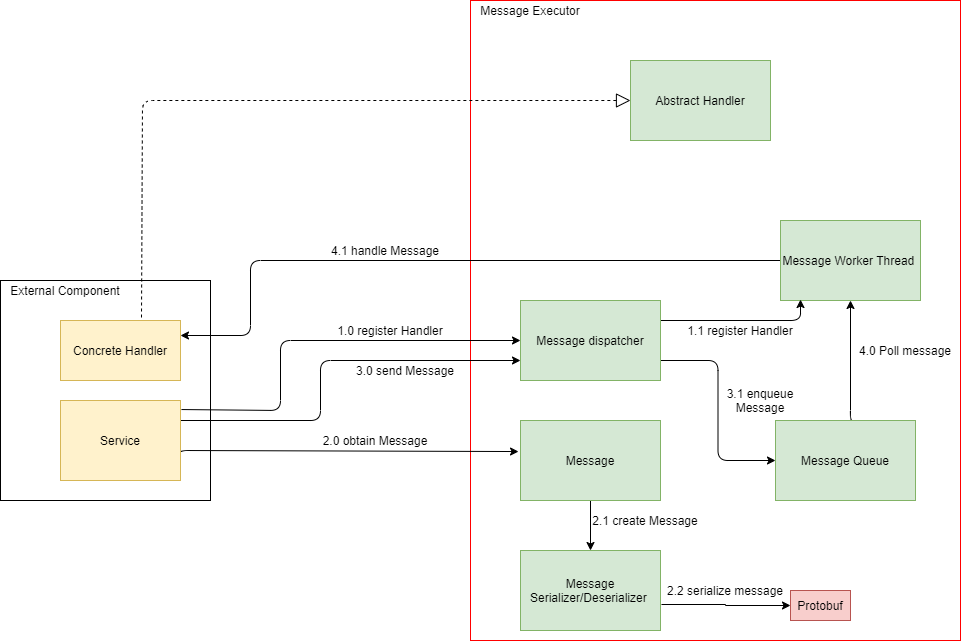
Above: doc/SA cert/Design/figures/executor/executor-message_executor_dynamic.png in taikt/codefun (draw.io), before the change. Source tidied: cells renumbered, new cells last; positions are measured from the earlier drawing's top-left corner, leaving out a move shared by most shapes. Its diagram source:
```xml
<mxGraphModel>
  <root>
    <mxCell id="0" />
    <mxCell id="1" parent="0" />
    <mxCell id="2" style="rounded=0;whiteSpace=wrap;html=1;strokeColor=#FF0000;fillColor=none;" parent="1" vertex="1">
      <mxGeometry x="470" width="490" height="640" as="geometry" />
    </mxCell>
    <mxCell id="3" style="edgeStyle=orthogonalEdgeStyle;rounded=0;jettySize=auto;html=1;exitX=1.007;exitY=0.675;exitDx=0;exitDy=0;entryX=0;entryY=0.5;entryDx=0;entryDy=0;exitPerimeter=0;" parent="1" edge="1" source="4" target="12">
      <mxGeometry relative="1" as="geometry" />
    </mxCell>
    <mxCell id="4" value="Message Serializer/Deserializer&amp;nbsp;" style="rounded=0;whiteSpace=wrap;html=1;strokeColor=#82b366;fillColor=#d5e8d4;" parent="1" vertex="1">
      <mxGeometry x="520" y="550" width="140" height="80" as="geometry" />
    </mxCell>
    <mxCell id="5" style="edgeStyle=orthogonalEdgeStyle;rounded=1;jettySize=auto;html=1;exitX=0.557;exitY=0;exitDx=0;exitDy=0;entryX=0.5;entryY=1;entryDx=0;entryDy=0;exitPerimeter=0;" parent="1" edge="1" source="6" target="8">
      <mxGeometry relative="1" as="geometry">
        <Array as="points">
          <mxPoint x="850" y="420" />
        </Array>
      </mxGeometry>
    </mxCell>
    <mxCell id="6" value="Message Queue" style="rounded=0;whiteSpace=wrap;html=1;strokeColor=#82b366;fillColor=#d5e8d4;" parent="1" vertex="1">
      <mxGeometry x="775" y="420" width="140" height="80" as="geometry" />
    </mxCell>
    <mxCell id="7" style="edgeStyle=orthogonalEdgeStyle;rounded=1;jettySize=auto;html=1;exitX=0;exitY=0.5;exitDx=0;exitDy=0;entryX=1;entryY=0.25;entryDx=0;entryDy=0;" parent="1" edge="1" source="8" target="18">
      <mxGeometry relative="1" as="geometry">
        <Array as="points">
          <mxPoint x="250" y="260" />
          <mxPoint x="250" y="335" />
        </Array>
      </mxGeometry>
    </mxCell>
    <mxCell id="8" value="Message Worker Thread&amp;nbsp;" style="rounded=0;whiteSpace=wrap;html=1;strokeColor=#82b366;fillColor=#d5e8d4;" parent="1" vertex="1">
      <mxGeometry x="780" y="220" width="140" height="80" as="geometry" />
    </mxCell>
    <mxCell id="9" style="edgeStyle=orthogonalEdgeStyle;rounded=1;jettySize=auto;html=1;exitX=1;exitY=0.75;exitDx=0;exitDy=0;entryX=0;entryY=0.5;entryDx=0;entryDy=0;" parent="1" edge="1" source="11" target="6">
      <mxGeometry relative="1" as="geometry" />
    </mxCell>
    <mxCell id="10" style="edgeStyle=orthogonalEdgeStyle;rounded=1;jettySize=auto;html=1;exitX=1;exitY=0.25;exitDx=0;exitDy=0;entryX=0.143;entryY=0.988;entryDx=0;entryDy=0;entryPerimeter=0;" parent="1" edge="1" source="11" target="8">
      <mxGeometry relative="1" as="geometry" />
    </mxCell>
    <mxCell id="11" value="Message dispatcher" style="rounded=0;whiteSpace=wrap;html=1;strokeColor=#82b366;fillColor=#d5e8d4;" parent="1" vertex="1">
      <mxGeometry x="520" y="300" width="140" height="80" as="geometry" />
    </mxCell>
    <mxCell id="12" value="Protobuf" style="rounded=0;whiteSpace=wrap;html=1;strokeColor=#b85450;fillColor=#f8cecc;" parent="1" vertex="1">
      <mxGeometry x="790" y="590" width="60" height="30" as="geometry" />
    </mxCell>
    <mxCell id="13" value="Abstract Handler" style="rounded=0;whiteSpace=wrap;html=1;strokeColor=#82b366;fillColor=#d5e8d4;" parent="1" vertex="1">
      <mxGeometry x="630" y="60" width="140" height="80" as="geometry" />
    </mxCell>
    <mxCell id="14" style="edgeStyle=orthogonalEdgeStyle;rounded=1;jettySize=auto;html=1;exitX=0.5;exitY=1;exitDx=0;exitDy=0;entryX=0.5;entryY=0;entryDx=0;entryDy=0;" parent="1" edge="1" source="15" target="4">
      <mxGeometry relative="1" as="geometry" />
    </mxCell>
    <mxCell id="15" value="Message" style="rounded=0;whiteSpace=wrap;html=1;strokeColor=#82b366;fillColor=#d5e8d4;" parent="1" vertex="1">
      <mxGeometry x="520" y="420" width="140" height="80" as="geometry" />
    </mxCell>
    <mxCell id="16" style="endArrow=block;dashed=1;endFill=0;endSize=12;html=1;exitX=0.675;exitY=-0.05;exitDx=0;exitDy=0;entryX=0;entryY=0.5;entryDx=0;entryDy=0;exitPerimeter=0;" parent="1" edge="1" source="18" target="13">
      <mxGeometry relative="1" as="geometry">
        <Array as="points">
          <mxPoint x="142" y="100" />
        </Array>
      </mxGeometry>
    </mxCell>
    <mxCell id="17" style="rounded=0;whiteSpace=wrap;html=1;fillColor=none;" parent="1" vertex="1">
      <mxGeometry y="280" width="210" height="220" as="geometry" />
    </mxCell>
    <mxCell id="18" value="Concrete Handler" style="rounded=0;whiteSpace=wrap;html=1;strokeColor=#d6b656;fillColor=#fff2cc;" parent="1" vertex="1">
      <mxGeometry x="60" y="320" width="120" height="60" as="geometry" />
    </mxCell>
    <mxCell id="19" style="edgeStyle=orthogonalEdgeStyle;rounded=1;jettySize=auto;html=1;exitX=1;exitY=0.675;exitDx=0;exitDy=0;entryX=-0.014;entryY=0.388;entryDx=0;entryDy=0;entryPerimeter=0;exitPerimeter=0;" parent="1" edge="1" source="22" target="15">
      <mxGeometry relative="1" as="geometry">
        <Array as="points">
          <mxPoint x="180" y="450" />
        </Array>
      </mxGeometry>
    </mxCell>
    <mxCell id="20" style="edgeStyle=orthogonalEdgeStyle;rounded=1;jettySize=auto;html=1;exitX=1.008;exitY=0.113;exitDx=0;exitDy=0;entryX=0;entryY=0.5;entryDx=0;entryDy=0;exitPerimeter=0;" parent="1" edge="1" source="22" target="11">
      <mxGeometry relative="1" as="geometry">
        <Array as="points">
          <mxPoint x="280" y="410" />
          <mxPoint x="280" y="340" />
        </Array>
      </mxGeometry>
    </mxCell>
    <mxCell id="21" style="edgeStyle=orthogonalEdgeStyle;rounded=1;jettySize=auto;html=1;exitX=1;exitY=0.25;exitDx=0;exitDy=0;entryX=0;entryY=0.75;entryDx=0;entryDy=0;" parent="1" edge="1" source="22" target="11">
      <mxGeometry relative="1" as="geometry">
        <Array as="points">
          <mxPoint x="320" y="420" />
          <mxPoint x="320" y="360" />
        </Array>
      </mxGeometry>
    </mxCell>
    <mxCell id="22" value="Service" style="rounded=0;whiteSpace=wrap;html=1;strokeColor=#d6b656;fillColor=#fff2cc;" parent="1" vertex="1">
      <mxGeometry x="60" y="400" width="120" height="80" as="geometry" />
    </mxCell>
    <mxCell id="23" value="External Component" style="text;html=1;strokeColor=none;fillColor=none;align=center;verticalAlign=middle;whiteSpace=wrap;rounded=0;" parent="1" vertex="1">
      <mxGeometry y="280" width="130" height="20" as="geometry" />
    </mxCell>
    <mxCell id="24" value="2.0 obtain Message" style="text;html=1;strokeColor=none;fillColor=none;align=center;verticalAlign=middle;whiteSpace=wrap;rounded=0;" parent="1" vertex="1">
      <mxGeometry x="310" y="430" width="130" height="20" as="geometry" />
    </mxCell>
    <mxCell id="25" value="1.0 register Handler" style="text;html=1;strokeColor=none;fillColor=none;align=center;verticalAlign=middle;whiteSpace=wrap;rounded=0;" parent="1" vertex="1">
      <mxGeometry x="330" y="320" width="120" height="20" as="geometry" />
    </mxCell>
    <mxCell id="26" value="Message Executor" style="text;html=1;strokeColor=none;fillColor=none;align=center;verticalAlign=middle;whiteSpace=wrap;rounded=0;" parent="1" vertex="1">
      <mxGeometry x="470" width="120" height="20" as="geometry" />
    </mxCell>
    <mxCell id="27" value="3.0 send Message" style="text;html=1;strokeColor=none;fillColor=none;align=center;verticalAlign=middle;whiteSpace=wrap;rounded=0;" parent="1" vertex="1">
      <mxGeometry x="350" y="360" width="110" height="20" as="geometry" />
    </mxCell>
    <mxCell id="28" value="2.1 create Message" style="text;html=1;strokeColor=none;fillColor=none;align=center;verticalAlign=middle;whiteSpace=wrap;rounded=0;" parent="1" vertex="1">
      <mxGeometry x="580" y="510" width="130" height="20" as="geometry" />
    </mxCell>
    <mxCell id="29" value="1.1 register Handler" style="text;html=1;strokeColor=none;fillColor=none;align=center;verticalAlign=middle;whiteSpace=wrap;rounded=0;" parent="1" vertex="1">
      <mxGeometry x="680" y="320" width="120" height="20" as="geometry" />
    </mxCell>
    <mxCell id="30" value="3.1 enqueue Message" style="text;html=1;strokeColor=none;fillColor=none;align=center;verticalAlign=middle;whiteSpace=wrap;rounded=0;" parent="1" vertex="1">
      <mxGeometry x="705" y="390" width="110" height="20" as="geometry" />
    </mxCell>
    <mxCell id="31" value="4.0 Poll message" style="text;html=1;strokeColor=none;fillColor=none;align=center;verticalAlign=middle;whiteSpace=wrap;rounded=0;" parent="1" vertex="1">
      <mxGeometry x="850" y="340" width="110" height="20" as="geometry" />
    </mxCell>
    <mxCell id="32" value="4.1 handle Message" style="text;html=1;strokeColor=none;fillColor=none;align=center;verticalAlign=middle;whiteSpace=wrap;rounded=0;" parent="1" vertex="1">
      <mxGeometry x="320" y="240" width="130" height="20" as="geometry" />
    </mxCell>
    <mxCell id="33" value="2.2 serialize message" style="text;html=1;strokeColor=none;fillColor=none;align=center;verticalAlign=middle;whiteSpace=wrap;rounded=0;" parent="1" vertex="1">
      <mxGeometry x="660" y="580" width="130" height="20" as="geometry" />
    </mxCell>
  </root>
</mxGraphModel>
```
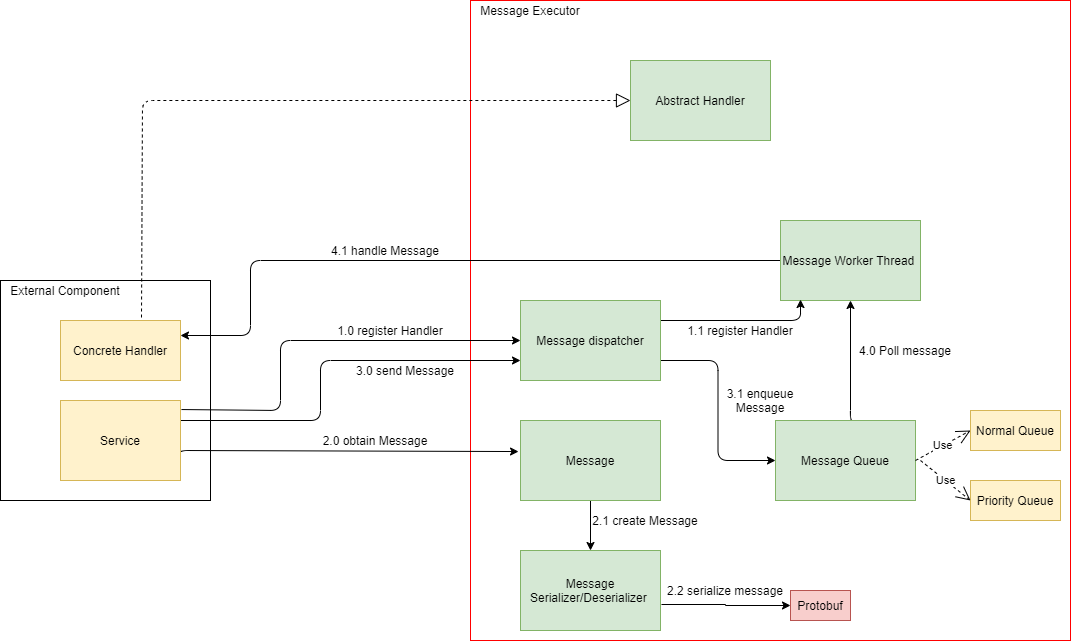
The same file after the commit.

The edit, as a diff of the source:
```diff
@@ -3,7 +3,7 @@
     <mxCell id="0" />
     <mxCell id="1" parent="0" />
     <mxCell id="2" style="rounded=0;whiteSpace=wrap;html=1;strokeColor=#FF0000;fillColor=none;" parent="1" vertex="1">
-      <mxGeometry x="470" width="490" height="640" as="geometry" />
+      <mxGeometry x="470" width="600" height="640" as="geometry" />
     </mxCell>
     <mxCell id="3" style="edgeStyle=orthogonalEdgeStyle;rounded=0;jettySize=auto;html=1;exitX=1.007;exitY=0.675;exitDx=0;exitDy=0;entryX=0;entryY=0.5;entryDx=0;entryDy=0;exitPerimeter=0;" parent="1" edge="1" source="4" target="12">
       <mxGeometry relative="1" as="geometry" />
@@ -125,5 +125,19 @@
     <mxCell id="33" value="2.2 serialize message" style="text;html=1;strokeColor=none;fillColor=none;align=center;verticalAlign=middle;whiteSpace=wrap;rounded=0;" parent="1" vertex="1">
       <mxGeometry x="660" y="580" width="130" height="20" as="geometry" />
     </mxCell>
+    <mxCell id="34" value="Normal Queue" style="rounded=0;whiteSpace=wrap;html=1;strokeColor=#d6b656;fillColor=#fff2cc;" parent="1" vertex="1">
+      <mxGeometry x="970" y="410" width="90" height="40" as="geometry" />
+    </mxCell>
+    <mxCell id="35" value="Priority Queue" style="rounded=0;whiteSpace=wrap;html=1;strokeColor=#d6b656;fillColor=#fff2cc;" parent="1" vertex="1">
+      <mxGeometry x="970" y="480" width="90" height="40" as="geometry" />
+    </mxCell>
+    <mxCell id="36" value="Use" style="endArrow=open;endSize=12;dashed=1;html=1;exitX=1;exitY=0.5;exitDx=0;exitDy=0;entryX=0;entryY=0.5;entryDx=0;entryDy=0;" parent="1" edge="1" source="6" target="34">
+      <mxGeometry relative="1" as="geometry" />
+    </mxCell>
+    <mxCell id="37" value="Use" style="endArrow=open;endSize=12;dashed=1;html=1;entryX=0;entryY=0.5;entryDx=0;entryDy=0;" parent="1" edge="1" target="35">
+      <mxGeometry relative="1" as="geometry">
+        <mxPoint x="920" y="460" as="sourcePoint" />
+      </mxGeometry>
+    </mxCell>
   </root>
 </mxGraphModel>
```
